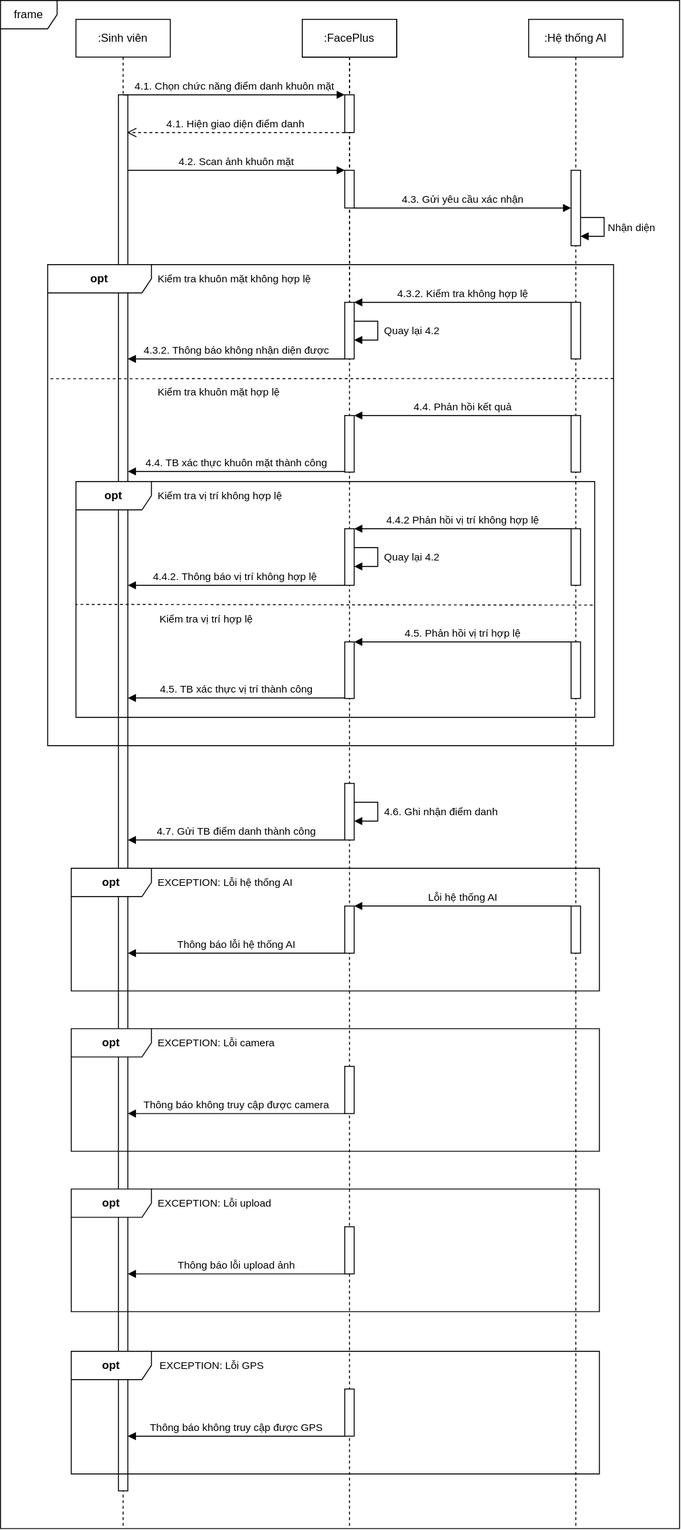
Earlier version of the draw.io export Sequence2402_4.drawio.svg (minh071289/AI_system). Source tidied: cells renumbered, new cells last; positions are measured from the earlier drawing's top-left corner, leaving out a move shared by most shapes.
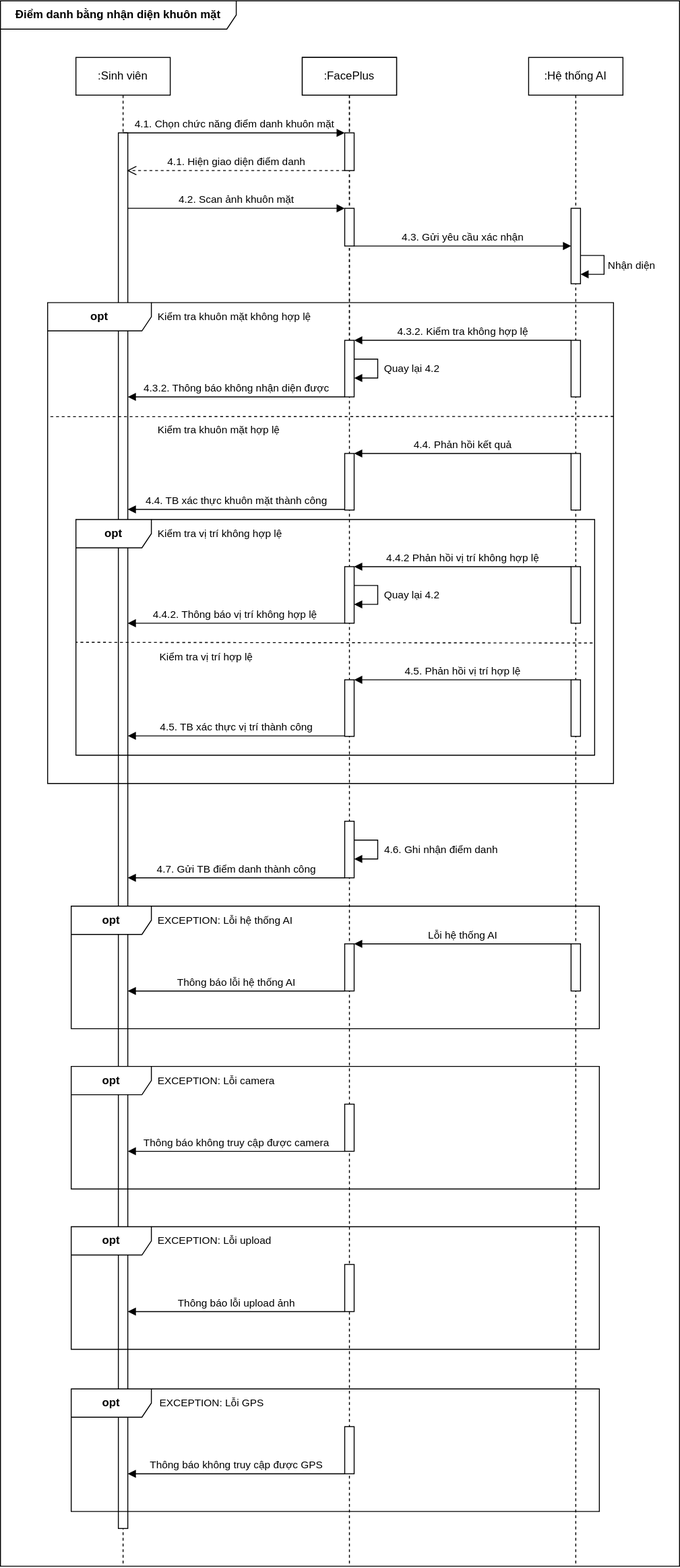
The same diagram one commit later.

What changed in the source:
```diff
@@ -2,8 +2,8 @@
   <root>
     <mxCell id="0" />
     <mxCell id="1" parent="0" />
-    <mxCell id="2" value="frame" style="shape=umlFrame;whiteSpace=wrap;html=1;swimlaneFillColor=default;" parent="1" vertex="1">
-      <mxGeometry width="720" height="1620" as="geometry" />
+    <mxCell id="2" value="&lt;b&gt; Điểm danh bằng nhận diện khuôn mặt&lt;/b&gt;" style="shape=umlFrame;whiteSpace=wrap;html=1;swimlaneFillColor=default;width=250;height=30;" parent="1" vertex="1">
+      <mxGeometry y="-40" width="720" height="1660" as="geometry" />
     </mxCell>
     <mxCell id="3" value=":Sinh viên" style="shape=umlLifeline;perimeter=lifelinePerimeter;whiteSpace=wrap;html=1;newEdgeStyle={&quot;curved&quot;:0,&quot;rounded&quot;:0};" parent="1" vertex="1">
       <mxGeometry x="80" y="20" width="100" height="1600" as="geometry" />
```
